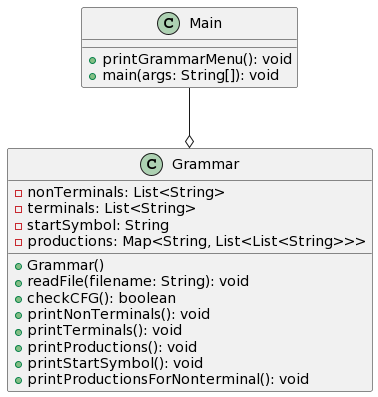
Earlier version of the PlantUML export classDiagram.png (917tapoimarius/LFTC_Parser).
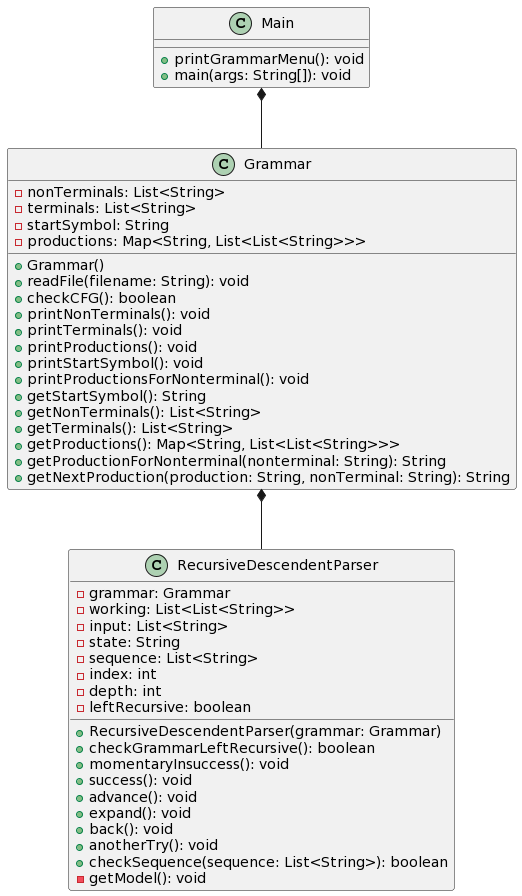
The same diagram one commit later.

The edit, as a diff of the source:
```diff
@@ -17,7 +17,35 @@
   +printProductions(): void
   +printStartSymbol(): void
   +printProductionsForNonterminal(): void
+  +getStartSymbol(): String
+  +getNonTerminals(): List<String>
+  +getTerminals(): List<String>
+  +getProductions(): Map<String, List<List<String>>>
+  +getProductionForNonterminal(nonterminal: String): String
+  +getNextProduction(production: String, nonTerminal: String): String
 }
 
-Main --o Grammar
+class RecursiveDescendentParser {
+    - grammar: Grammar
+    - working: List<List<String>>
+    - input: List<String>
+    - state: String
+    - sequence: List<String>
+    - index: int
+    - depth: int
+    - leftRecursive: boolean
+    + RecursiveDescendentParser(grammar: Grammar)
+    + checkGrammarLeftRecursive(): boolean
+    + momentaryInsuccess(): void
+    + success(): void
+    + advance(): void
+    + expand(): void
+    + back(): void
+    + anotherTry(): void
+    + checkSequence(sequence: List<String>): boolean
+    - getModel(): void
+}
+
+Main *-- Grammar
+Grammar *-- RecursiveDescendentParser
 @enduml
```
